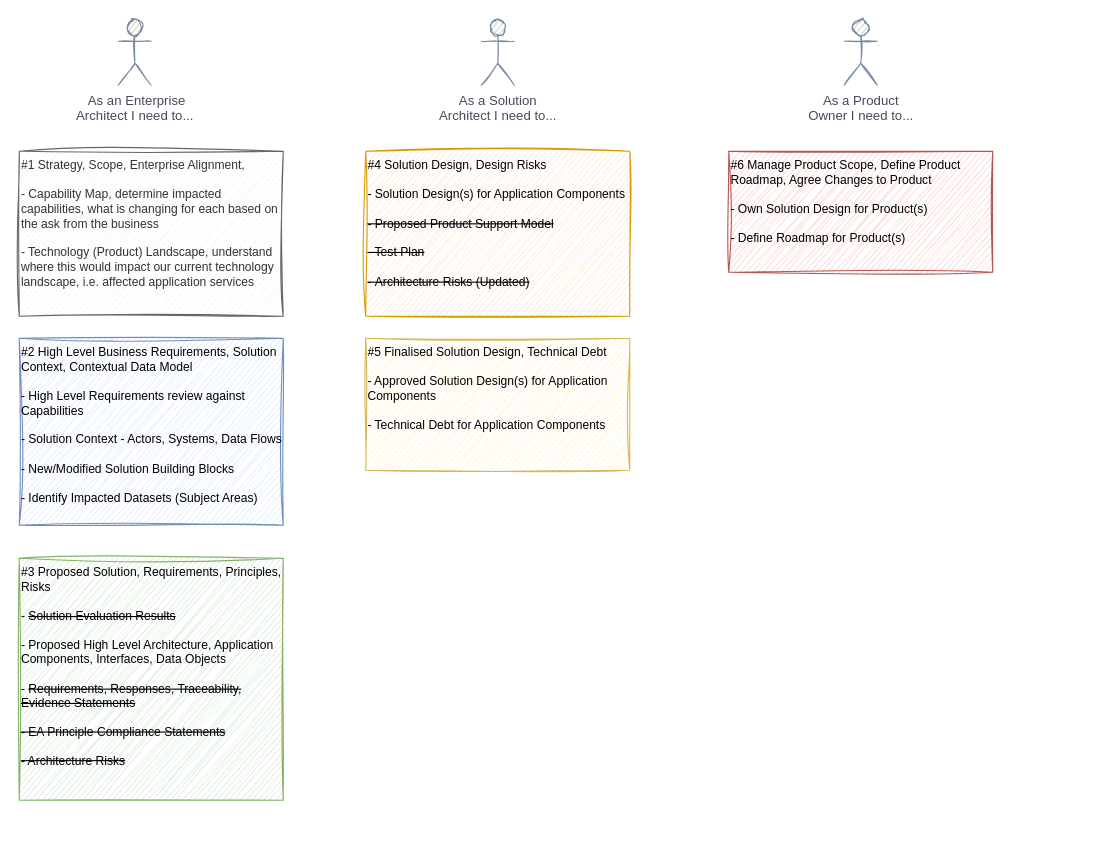
Earlier version of the draw.io diagram page "EA Scenarios" (3 of 4) of TOM Management.drawio (martinlt/reference). Source tidied: cells renumbered, new cells numbered last; positions are measured from the earlier drawing's top-left corner, leaving out a move shared by most shapes. Both pictures are drawn from the tidied source at 110%, with x=0, y=0 at pixel (19, 19).
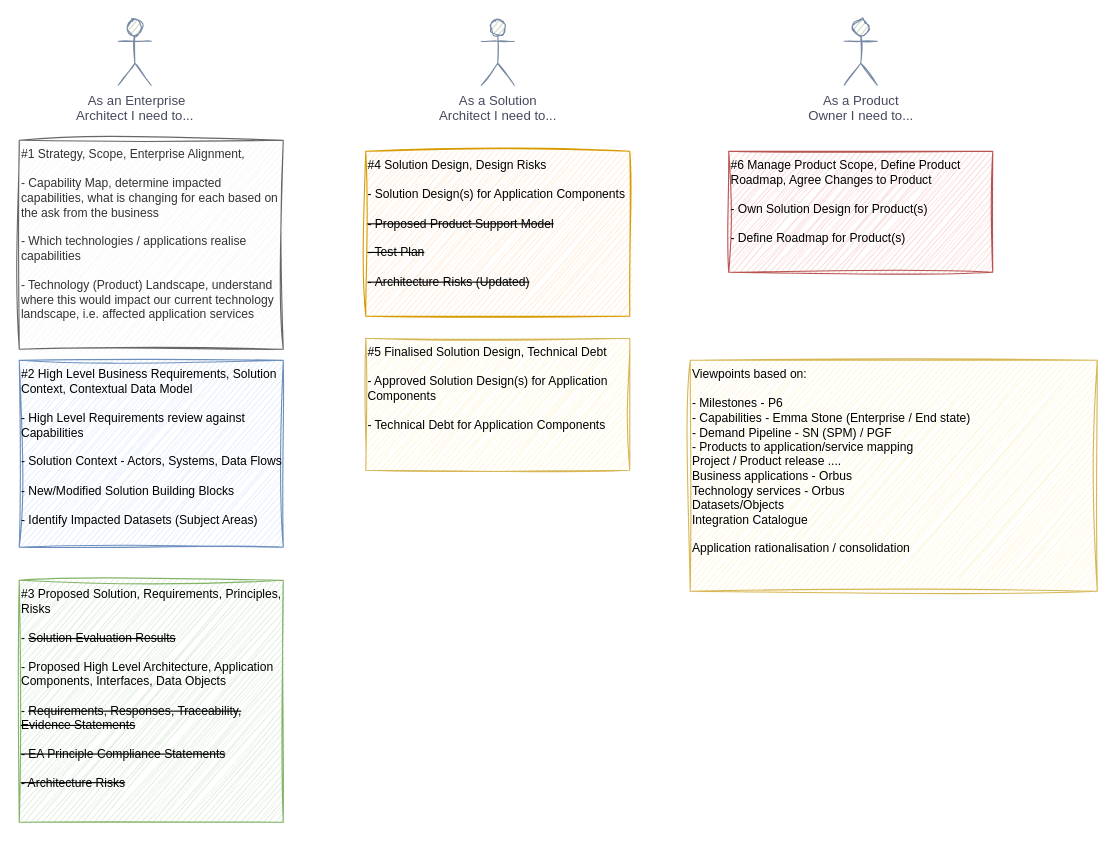
Above is the later version.

Change to the diagram source:
```diff
@@
 <mxGraphModel>
   <root>
     <mxCell id="0" />
     <mxCell id="1" parent="0" />
-    <mxCell id="2" value="#1 Strategy, Scope, Enterprise Alignment,&lt;br style=&quot;font-size: 11px;&quot;&gt;&lt;br style=&quot;font-size: 11px;&quot;&gt;- Capability Map, determine impacted capabilities, what is changing for each based on the ask from the business&lt;br style=&quot;font-size: 11px;&quot;&gt;&lt;br style=&quot;font-size: 11px;&quot;&gt;- Technology (Product) Landscape, understand where this would impact our current technology landscape, i.e. affected application services" style="text;html=1;strokeColor=#666666;fillColor=#f5f5f5;align=left;verticalAlign=top;whiteSpace=wrap;rounded=0;fontSize=11;fontColor=#333333;sketch=1;curveFitting=1;jiggle=2;" parent="1" vertex="1">
-      <mxGeometry y="120" width="240" height="150" as="geometry" />
+    <mxCell id="2" value="#1 Strategy, Scope, Enterprise Alignment,&lt;br style=&quot;font-size: 11px;&quot;&gt;&lt;br style=&quot;font-size: 11px;&quot;&gt;- Capability Map, determine impacted capabilities, what is changing for each based on the ask from the business&lt;br&gt;&lt;br&gt;- Which technologies / applications realise capabilities&lt;br style=&quot;font-size: 11px;&quot;&gt;&lt;br style=&quot;font-size: 11px;&quot;&gt;- Technology (Product) Landscape, understand where this would impact our current technology landscape, i.e. affected application services" style="text;html=1;strokeColor=#666666;fillColor=#f5f5f5;align=left;verticalAlign=top;whiteSpace=wrap;rounded=0;fontSize=11;fontColor=#333333;sketch=1;curveFitting=1;jiggle=2;" parent="1" vertex="1">
+      <mxGeometry y="110" width="240" height="190" as="geometry" />
     </mxCell>
     <mxCell id="3" value="#2 High Level Business Requirements, Solution Context, Contextual Data Model&lt;br style=&quot;font-size: 11px;&quot;&gt;&lt;br style=&quot;font-size: 11px;&quot;&gt;- High Level Requirements review against Capabilities&lt;br style=&quot;font-size: 11px;&quot;&gt;&lt;br style=&quot;font-size: 11px;&quot;&gt;- Solution Context - Actors, Systems, Data Flows&lt;br&gt;&lt;br&gt;- New/Modified Solution Building Blocks&lt;br&gt;&lt;br&gt;- Identify Impacted Datasets (Subject Areas)" style="text;html=1;strokeColor=#6c8ebf;fillColor=#dae8fc;align=left;verticalAlign=top;whiteSpace=wrap;rounded=0;fontSize=11;sketch=1;curveFitting=1;jiggle=2;" parent="1" vertex="1">
-      <mxGeometry y="290" width="240" height="170" as="geometry" />
+      <mxGeometry y="310" width="240" height="170" as="geometry" />
     </mxCell>
     <mxCell id="4" value="#3 Proposed Solution, Requirements, Principles, Risks&lt;br style=&quot;font-size: 11px;&quot;&gt;&lt;br&gt;- &lt;strike&gt;Solution Evaluation Results&lt;/strike&gt;&lt;br&gt;&lt;br style=&quot;font-size: 11px;&quot;&gt;- Proposed High Level Architecture, Application Components, Interfaces, Data Objects&lt;br style=&quot;font-size: 11px;&quot;&gt;&lt;br style=&quot;font-size: 11px;&quot;&gt;- &lt;strike&gt;Requirements, Responses, Traceability, Evidence Statements&lt;/strike&gt;&lt;br&gt;&lt;br&gt;&lt;strike&gt;- EA Principle Compliance Statements&lt;/strike&gt;&lt;br&gt;&lt;br&gt;&lt;strike&gt;- Architecture Risks&lt;/strike&gt;" style="text;html=1;strokeColor=#82b366;fillColor=#d5e8d4;align=left;verticalAlign=top;whiteSpace=wrap;rounded=0;fontSize=11;sketch=1;curveFitting=1;jiggle=2;" parent="1" vertex="1">
-      <mxGeometry y="490" width="240" height="220" as="geometry" />
+      <mxGeometry y="510" width="240" height="220" as="geometry" />
     </mxCell>
     <mxCell id="5" value="&amp;nbsp;As an Enterprise&lt;br&gt;Architect I need to..." style="shape=umlActor;verticalLabelPosition=bottom;verticalAlign=top;html=1;rounded=0;sketch=1;fillColor=#B2C9AB;strokeColor=#788AA3;fontColor=#46495D;" parent="1" vertex="1">
       <mxGeometry x="90" width="30" height="60" as="geometry" />
     </mxCell>
     <mxCell id="6" value="As a Solution&lt;br&gt;Architect I need to..." style="shape=umlActor;verticalLabelPosition=bottom;verticalAlign=top;html=1;rounded=0;sketch=1;fillColor=#B2C9AB;strokeColor=#788AA3;fontColor=#46495D;" parent="1" vertex="1">
       <mxGeometry x="420" width="30" height="60" as="geometry" />
     </mxCell>
     <mxCell id="7" value="#4 Solution Design, Design Risks&lt;br style=&quot;font-size: 11px;&quot;&gt;&lt;br&gt;- Solution Design(s) for Application Components&lt;br&gt;&lt;br style=&quot;font-size: 11px;&quot;&gt;&lt;strike&gt;- Proposed Product Support Model&lt;/strike&gt;&lt;br style=&quot;font-size: 11px;&quot;&gt;&lt;br style=&quot;font-size: 11px;&quot;&gt;&lt;strike&gt;- Test Plan&lt;br&gt;&lt;/strike&gt;&lt;br&gt;&lt;strike&gt;-&amp;nbsp;Architecture Risks (Updated)&lt;/strike&gt;" style="text;html=1;strokeColor=#d79b00;fillColor=#ffe6cc;align=left;verticalAlign=top;whiteSpace=wrap;rounded=0;fontSize=11;sketch=1;curveFitting=1;jiggle=2;" parent="1" vertex="1">
       <mxGeometry x="315" y="120" width="240" height="150" as="geometry" />
     </mxCell>
     <mxCell id="8" value="#5 Finalised Solution Design, Technical Debt&lt;br style=&quot;font-size: 11px;&quot;&gt;&lt;br&gt;- Approved Solution Design(s) for Application Components&lt;br&gt;&lt;br style=&quot;font-size: 11px;&quot;&gt;- Technical Debt for Application Components" style="text;html=1;strokeColor=#d6b656;fillColor=#fff2cc;align=left;verticalAlign=top;whiteSpace=wrap;rounded=0;fontSize=11;sketch=1;curveFitting=1;jiggle=2;" parent="1" vertex="1">
       <mxGeometry x="315" y="290" width="240" height="120" as="geometry" />
     </mxCell>
     <mxCell id="9" value="As a Product&lt;br&gt;Owner I need to..." style="shape=umlActor;verticalLabelPosition=bottom;verticalAlign=top;html=1;rounded=0;sketch=1;fillColor=#B2C9AB;strokeColor=#788AA3;fontColor=#46495D;" parent="1" vertex="1">
       <mxGeometry x="750" width="30" height="60" as="geometry" />
     </mxCell>
     <mxCell id="10" value="#6 Manage Product Scope, Define Product Roadmap, Agree Changes to Product&lt;br style=&quot;font-size: 11px;&quot;&gt;&lt;br&gt;- Own Solution Design for Product(s)&lt;br&gt;&lt;br&gt;- Define Roadmap for Product(s)" style="text;html=1;strokeColor=#b85450;fillColor=#f8cecc;align=left;verticalAlign=top;whiteSpace=wrap;rounded=0;fontSize=11;sketch=1;curveFitting=1;jiggle=2;" parent="1" vertex="1">
       <mxGeometry x="645" y="120" width="240" height="110" as="geometry" />
     </mxCell>
+    <mxCell id="11" value="Viewpoints based on:&lt;br&gt;&lt;br&gt;- Milestones - P6&lt;br&gt;- Capabilities - Emma Stone (Enterprise / End state)&lt;br&gt;- Demand Pipeline - SN (SPM) / PGF&amp;nbsp;&lt;br&gt;- Products to application/service mapping&lt;br&gt;Project / Product release ....&amp;nbsp;&lt;br&gt;Business applications - Orbus&lt;br&gt;Technology services - Orbus&lt;br&gt;Datasets/Objects&lt;br&gt;Integration Catalogue&lt;br&gt;&lt;br&gt;Application rationalisation / consolidation&lt;br&gt;" style="text;html=1;strokeColor=#d6b656;fillColor=#fff2cc;align=left;verticalAlign=top;whiteSpace=wrap;rounded=0;fontSize=11;sketch=1;curveFitting=1;jiggle=2;" parent="1" vertex="1">
+      <mxGeometry x="610" y="310" width="370" height="210" as="geometry" />
+    </mxCell>
   </root>
 </mxGraphModel>
```
